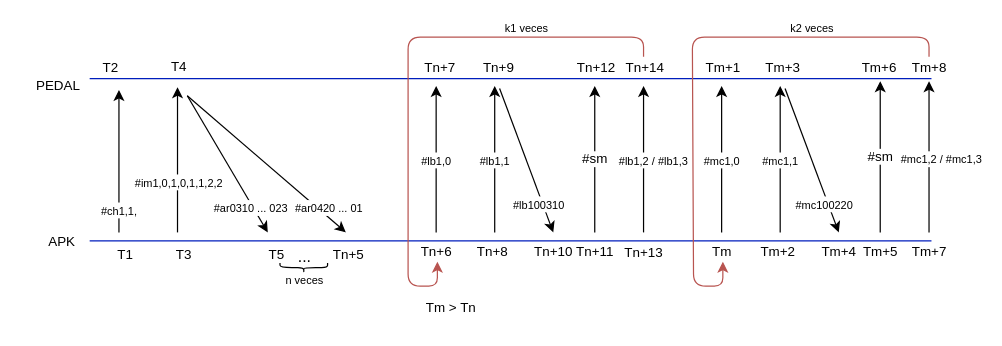
Before: document/images/diagram-protocol-in-calibration.drawio in lcasan/Thesis, a draw.io diagram. Source tidied: cells renumbered, new cells numbered last; positions are measured from the earlier drawing's top-left corner, leaving out a move shared by most shapes. Both pictures are drawn from the tidied source at 122%, with x=0, y=0 at pixel (21, 37).
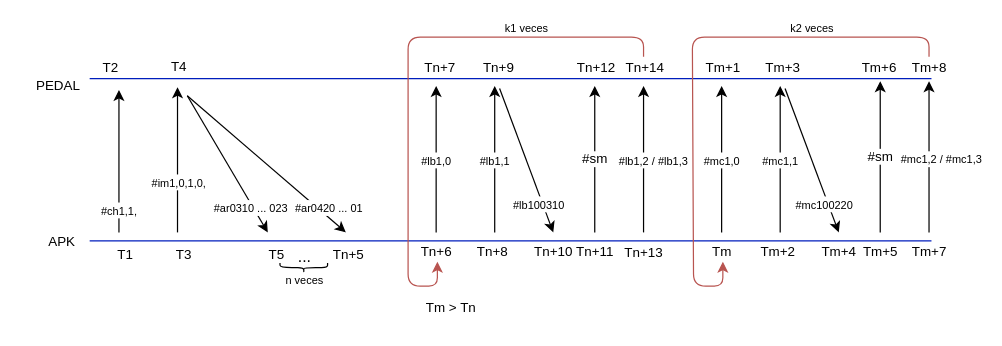
After the change.

Unchanged cells that the change refers to:
```xml
<mxCell id="21" style="endArrow=classic;html=1;fontSize=11;" parent="1" edge="1">
  <mxGeometry relative="1" as="geometry">
    <mxPoint x="128" y="160" as="sourcePoint" />
    <mxPoint x="128" y="41" as="targetPoint" />
  </mxGeometry>
</mxCell>
```

Diff of the diagram source:
```diff
@@
-    <mxCell id="22" value="&lt;font style=&quot;font-size: 9px;&quot;&gt;#im1,0,1,0,1,1,2,2&lt;/font&gt;" style="edgeLabel;html=1;align=center;verticalAlign=middle;fontSize=11;rotation=0;" parent="21" vertex="1">
+    <mxCell id="22" value="&lt;font style=&quot;font-size: 9px;&quot;&gt;#im1,0,1,0,&lt;/font&gt;" style="edgeLabel;html=1;align=center;verticalAlign=middle;fontSize=11;rotation=0;" parent="21" vertex="1">
       <mxGeometry x="-0.26" y="1" relative="1" as="geometry">
         <mxPoint x="1" y="2" as="offset" />
       </mxGeometry>
     </mxCell>
```
